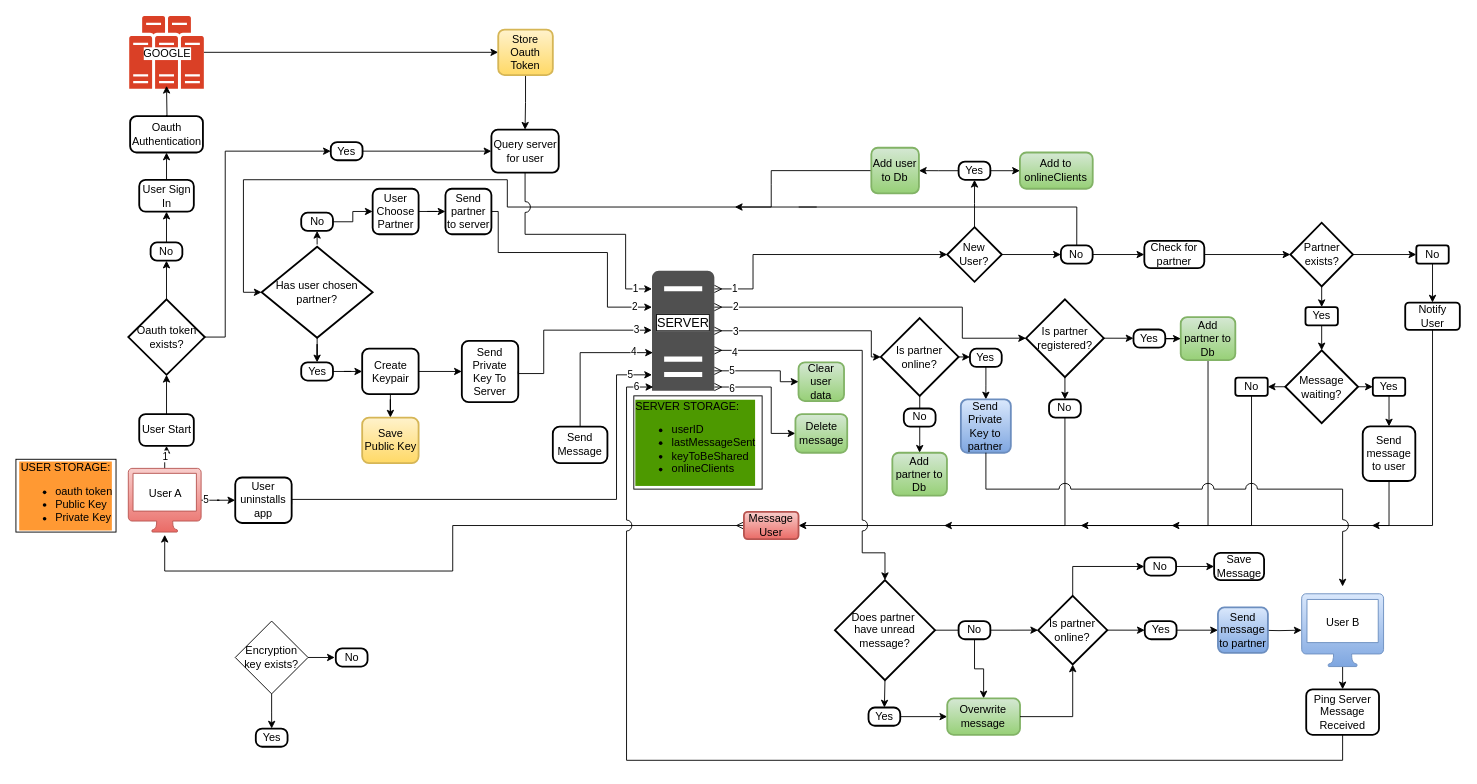
Earlier version of the draw.io diagram mini_messenger_flowchart.drawio (gitupwithit/mini_messenger_extension). Source tidied: cells renumbered, new cells numbered last; positions are measured from the earlier drawing's top-left corner, leaving out a move shared by most shapes. Both pictures are drawn from the tidied source at 91%, with x=0, y=0 at pixel (15, 15).
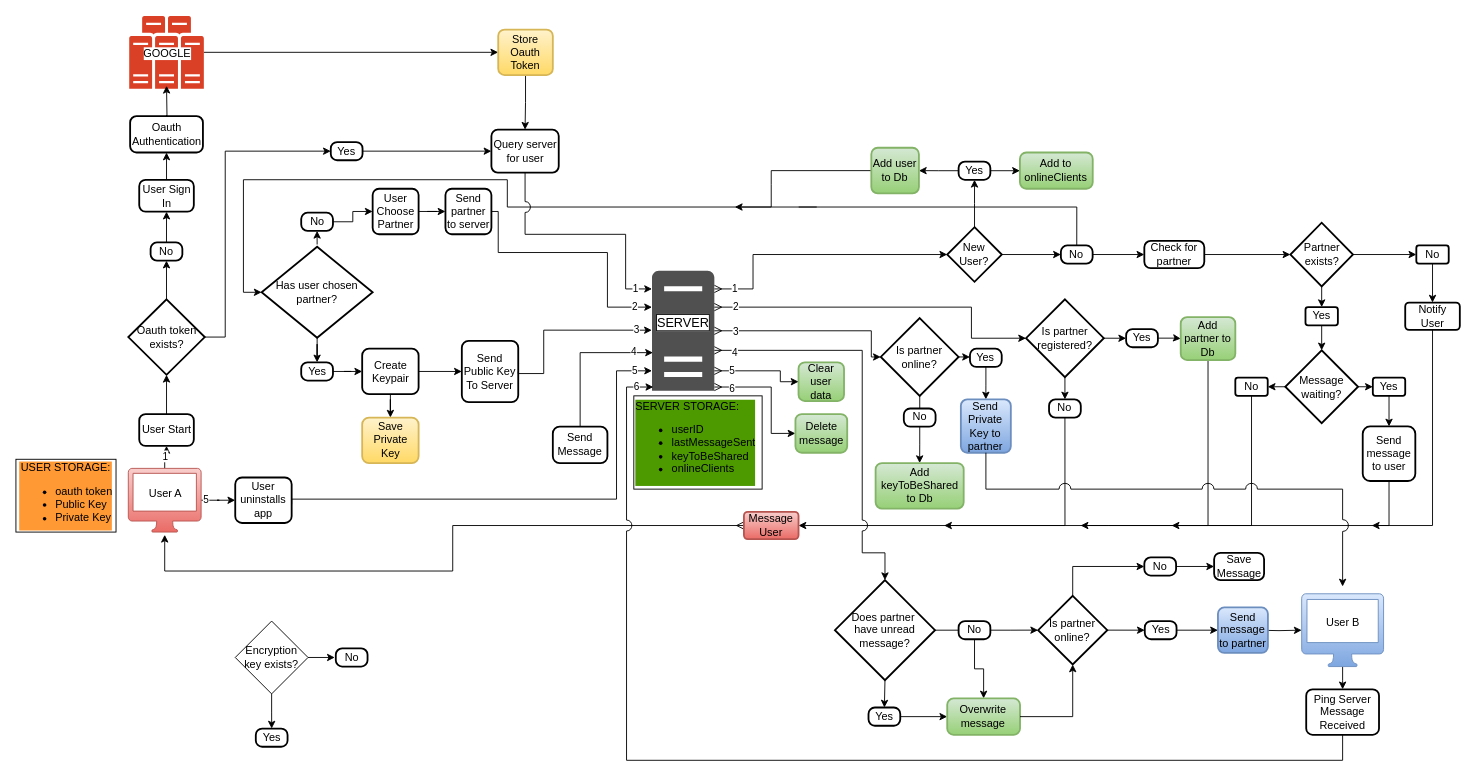
The same page after the edit.

Unchanged cells that the change refers to:
```xml
<mxCell id="9" value="&lt;font style=&quot;font-size: 14px;&quot;&gt;SERVER&lt;/font&gt;" style="sketch=0;shadow=0;dashed=0;html=1;strokeColor=none;fillColor=#505050;labelPosition=center;verticalLabelPosition=bottom;verticalAlign=top;outlineConnect=0;align=center;shape=mxgraph.office.servers.server_generic;points=[[0.11,0.94,0,0,0],[0.5,1,0,0,34],[1,1,0,2,3]];spacingTop=-91;labelBackgroundColor=default;labelBorderColor=default;fontSize=10;" parent="1" vertex="1">
  <mxGeometry x="699" y="280" width="68.5" height="132" as="geometry" />
</mxCell>
<mxCell id="57" value="&lt;span style=&quot;background-color: initial;&quot;&gt;Is partner registered?&lt;/span&gt;" style="strokeWidth=2;html=1;shape=mxgraph.flowchart.decision;whiteSpace=wrap;" parent="1" vertex="1">
  <mxGeometry x="1110" y="311.4" width="85.5" height="85.5" as="geometry" />
</mxCell>
```

The edit, as a diff of the source:
```diff
@@
     <mxCell id="58" value="2" style="edgeStyle=orthogonalEdgeStyle;rounded=0;jettySize=auto;html=1;startArrow=ERmany;startFill=0;entryX=0;entryY=0.5;entryDx=0;entryDy=0;entryPerimeter=0;" parent="1" edge="1" source="9" target="57">
       <mxGeometry x="-0.88" relative="1" as="geometry">
         <Array as="points">
-          <mxPoint x="1040" y="320" />
-          <mxPoint x="1040" y="354" />
+          <mxPoint x="1050" y="320" />
+          <mxPoint x="1050" y="354" />
         </Array>
       </mxGeometry>
     </mxCell>
@@
     <mxCell id="60" value="Yes" style="rounded=1;whiteSpace=wrap;html=1;absoluteArcSize=1;arcSize=14;strokeWidth=2;" parent="1" vertex="1">
-      <mxGeometry x="1228.1" y="344.6" width="34.9" height="20" as="geometry" />
+      <mxGeometry x="1220" y="344.1" width="34.9" height="20" as="geometry" />
     </mxCell>
@@
-    <mxCell id="92" value="5" style="edgeStyle=orthogonalEdgeStyle;rounded=0;orthogonalLoop=1;jettySize=auto;html=1;exitX=1;exitY=0.5;exitDx=0;exitDy=0;" parent="1" edge="1">
-      <mxGeometry x="0.91" relative="1" as="geometry">
+    <mxCell id="92" value="5" style="edgeStyle=orthogonalEdgeStyle;rounded=0;jettySize=auto;html=1;exitX=1;exitY=0.5;exitDx=0;exitDy=0;" parent="1" edge="1" target="9">
+      <mxGeometry x="0.93" relative="1" as="geometry">
         <mxPoint x="303" y="536.6" as="sourcePoint" />
-        <mxPoint x="699" y="394.4" as="targetPoint" />
         <Array as="points">
-          <mxPoint x="660" y="531.3" />
-          <mxPoint x="660" y="394.3" />
+          <mxPoint x="303" y="531" />
+          <mxPoint x="660" y="531" />
+          <mxPoint x="660" y="390" />
         </Array>
       </mxGeometry>
     </mxCell>
@@
-    <mxCell id="122" value="Send Private Key To Server" style="rounded=1;whiteSpace=wrap;html=1;absoluteArcSize=1;arcSize=15;strokeWidth=2;" parent="1" vertex="1">
+    <mxCell id="122" value="Send Public Key To Server" style="rounded=1;whiteSpace=wrap;html=1;absoluteArcSize=1;arcSize=15;strokeWidth=2;" parent="1" vertex="1">
       <mxGeometry x="490" y="357.1" width="62" height="67.2" as="geometry" />
     </mxCell>
@@
-    <mxCell id="127" value="Save Public Key" style="rounded=1;whiteSpace=wrap;html=1;absoluteArcSize=1;arcSize=15;strokeWidth=2;fillColor=#fff2cc;strokeColor=#d6b656;gradientColor=#ffd966;" parent="1" vertex="1">
+    <mxCell id="127" value="Save Private Key" style="rounded=1;whiteSpace=wrap;html=1;absoluteArcSize=1;arcSize=15;strokeWidth=2;fillColor=#fff2cc;strokeColor=#d6b656;gradientColor=#ffd966;" parent="1" vertex="1">
       <mxGeometry x="380.5" y="441.4" width="62" height="50" as="geometry" />
     </mxCell>
@@
-    <mxCell id="141" value="Add partner to Db" style="rounded=1;whiteSpace=wrap;html=1;absoluteArcSize=1;arcSize=14;strokeWidth=2;fillColor=#d5e8d4;strokeColor=#82b366;gradientColor=#97d077;" parent="1" vertex="1">
-      <mxGeometry x="963.1" y="480" width="60" height="47.2" as="geometry" />
+    <mxCell id="141" value="Add keyToBeShared to Db" style="rounded=1;whiteSpace=wrap;html=1;absoluteArcSize=1;arcSize=14;strokeWidth=2;fillColor=#d5e8d4;strokeColor=#82b366;gradientColor=#97d077;" parent="1" vertex="1">
+      <mxGeometry x="944.7" y="491.4" width="96.8" height="50" as="geometry" />
     </mxCell>
```
